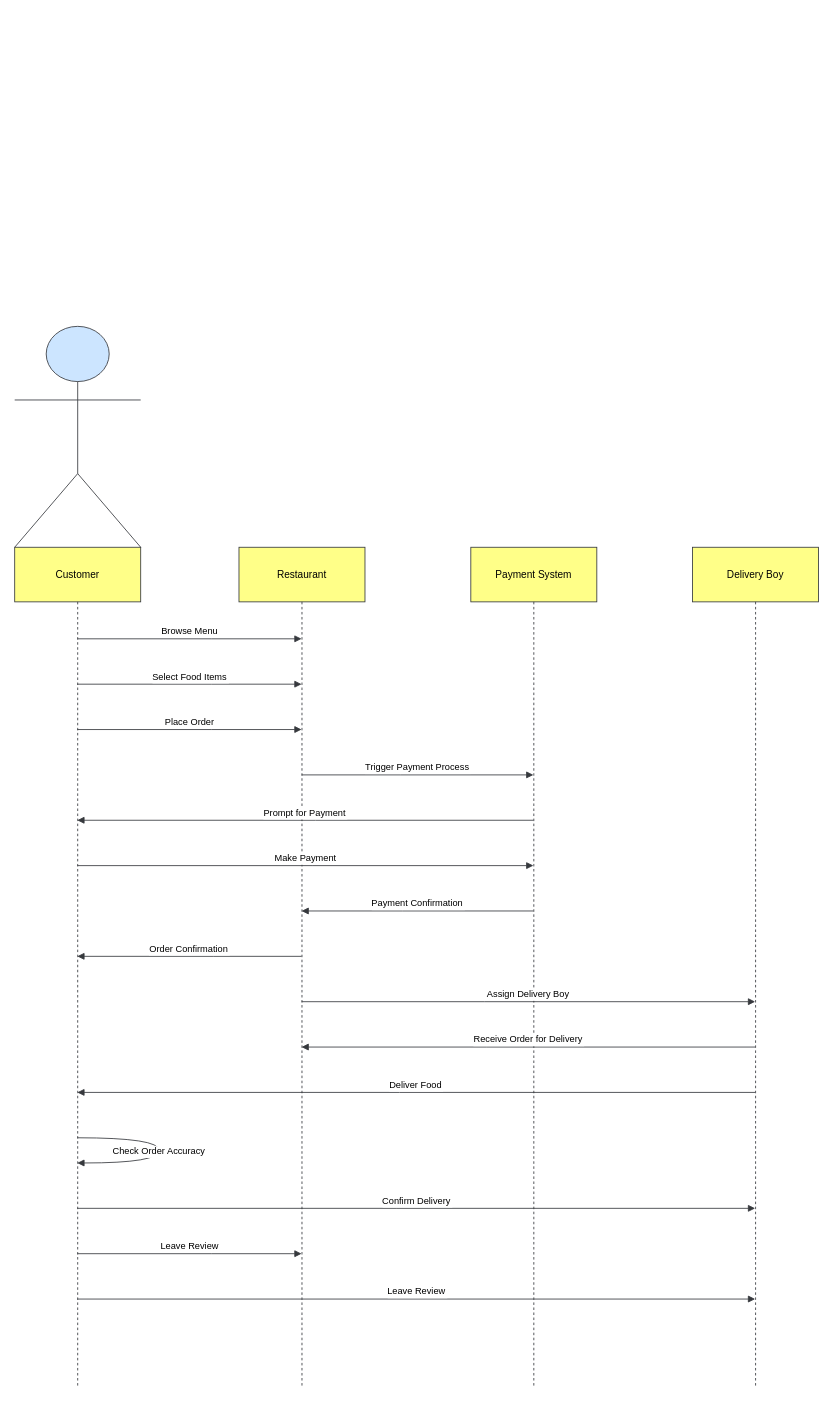
AbrarBb/University keeps this draw.io diagram as Sequence prac.drawio. Above is the earlier version. Source tidied: cells renumbered, new cells numbered last; positions are measured from the earlier drawing's top-left corner, leaving out a move shared by most shapes. Both pictures are drawn from the tidied source at 84%, with x=0, y=0 at pixel (14, 326).
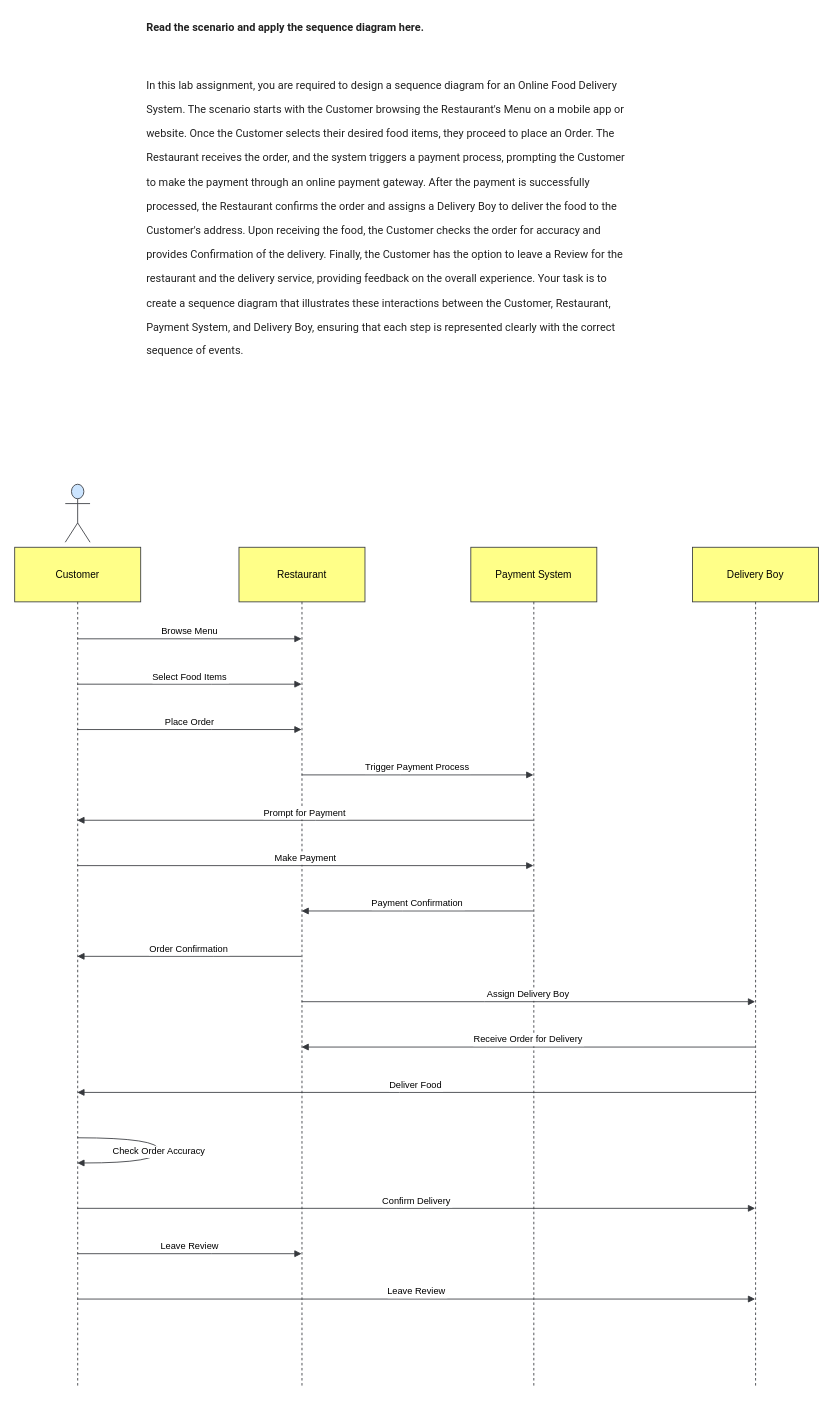
The same page after the edit.

Change to the diagram source:
```diff
@@
     <mxCell id="21" style="shape=umlActor;verticalLabelPosition=bottom;verticalAlign=top;html=1;fillColor=#cce5ff;strokeColor=#36393d;" parent="1" vertex="1">
-      <mxGeometry width="150" height="263" as="geometry" />
+      <mxGeometry x="60.2" y="188" width="29.5" height="69" as="geometry" />
     </mxCell>
+    <mxCell id="22" value="&lt;h3 style=&quot;margin-top: 0px;&quot;&gt;&lt;span style=&quot;color: rgba(0, 0, 0, 0.87); font-family: Roboto, Helvetica, Arial, sans-serif; font-size: 13px; background-color: rgb(255, 255, 255);&quot;&gt;Read the scenario and apply the sequence diagram here.&lt;/span&gt;&lt;br style=&quot;-webkit-tap-highlight-color: transparent; color: rgba(0, 0, 0, 0.87); font-family: Roboto, Helvetica, Arial, sans-serif; font-size: 13px; font-weight: 400; background-color: rgb(255, 255, 255);&quot;&gt;&lt;/h3&gt;&lt;h1 style=&quot;margin-top: 0px;&quot;&gt;&lt;br style=&quot;-webkit-tap-highlight-color: transparent; color: rgba(0, 0, 0, 0.87); font-family: Roboto, Helvetica, Arial, sans-serif; font-size: 13px; font-weight: 400; background-color: rgb(255, 255, 255);&quot;&gt;&lt;span style=&quot;color: rgba(0, 0, 0, 0.87); font-family: Roboto, Helvetica, Arial, sans-serif; font-size: 13px; font-weight: 400; background-color: rgb(255, 255, 255);&quot;&gt;In this lab assignment, you are required to design a sequence diagram for an Online Food Delivery System. The scenario starts with the Customer browsing the Restaurant's Menu on a mobile app or website. Once the Customer selects their desired food items, they proceed to place an Order. The Restaurant receives the order, and the system triggers a payment process, prompting the Customer to make the payment through an online payment gateway. After the payment is successfully processed, the Restaurant confirms the order and assigns a Delivery Boy to deliver the food to the Customer's address. Upon receiving the food, the Customer checks the order for accuracy and provides Confirmation of the delivery. Finally, the Customer has the option to leave a Review for the restaurant and the delivery service, providing feedback on the overall experience. Your task is to create a sequence diagram that illustrates these interactions between the Customer, Restaurant, Payment System, and Delivery Boy, ensuring that each step is represented clearly with the correct sequence of events.&lt;/span&gt;&lt;/h1&gt;" style="text;html=1;whiteSpace=wrap;overflow=hidden;rounded=0;" parent="1" vertex="1">
+      <mxGeometry x="155" y="-371" width="583" height="504" as="geometry" />
+    </mxCell>
```
